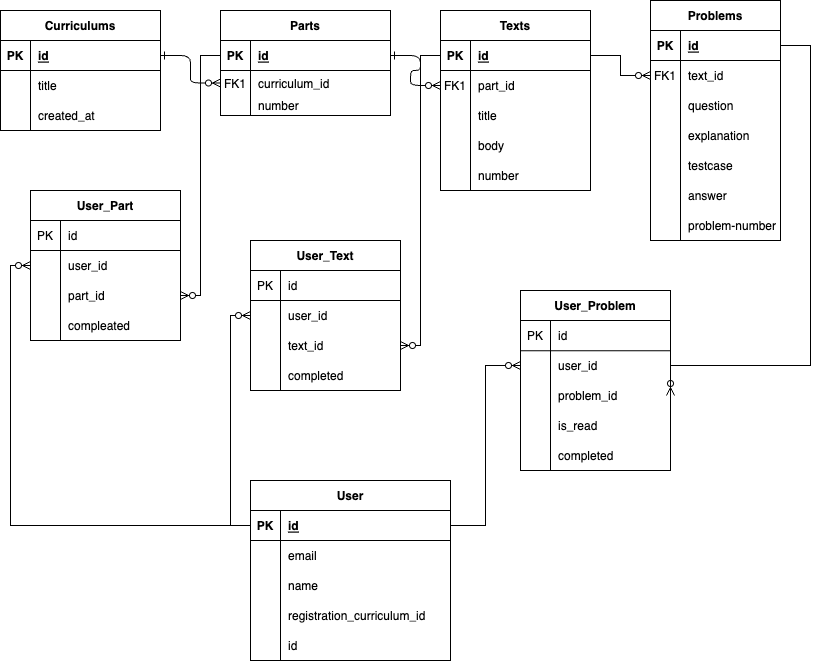
The draw.io diagram docs/db/image/cource-library.png in conea0/course-library, before a commit. Source tidied: cells renumbered, new cells last; positions are measured from the earlier drawing's top-left corner, leaving out a move shared by most shapes.
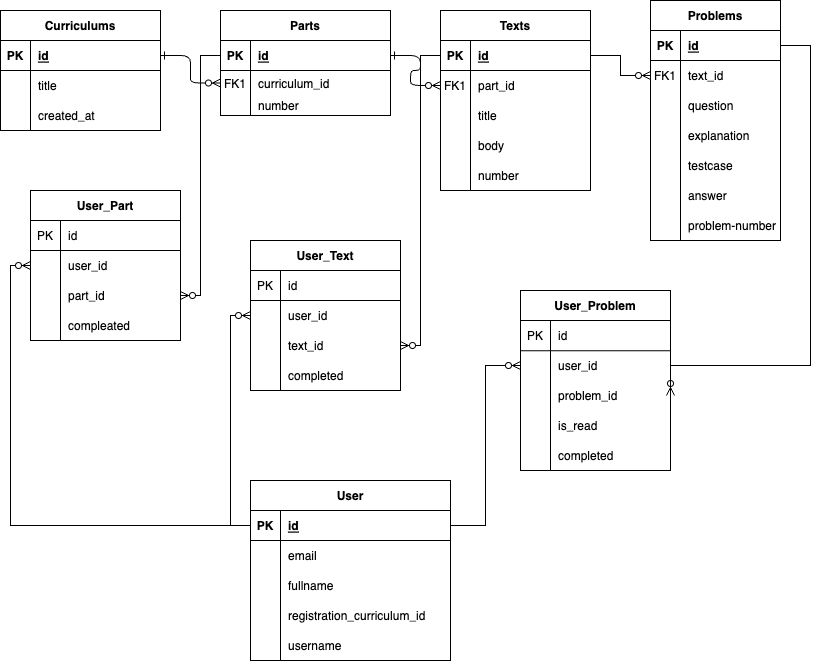
After the change.

Commit message:
[fix] userIDはusername、名前はfullnameに変更

Diff of the diagram source:
```diff
@@ -221,7 +221,7 @@
     <mxCell id="74" style="shape=partialRectangle;overflow=hidden;fillColor=none;top=0;left=0;bottom=0;right=0;" parent="73" vertex="1">
       <mxGeometry width="30" height="30" as="geometry" />
     </mxCell>
-    <mxCell id="75" value="name" style="shape=partialRectangle;overflow=hidden;fillColor=none;top=0;left=0;bottom=0;right=0;align=left;spacingLeft=6;" parent="73" vertex="1">
+    <mxCell id="75" value="fullname" style="shape=partialRectangle;overflow=hidden;fillColor=none;top=0;left=0;bottom=0;right=0;align=left;spacingLeft=6;" parent="73" vertex="1">
       <mxGeometry x="30" width="170" height="30" as="geometry" />
     </mxCell>
     <mxCell id="76" style="shape=partialRectangle;fillColor=none;top=0;left=0;right=0;bottom=0;" parent="66" vertex="1">
@@ -239,7 +239,7 @@
     <mxCell id="80" style="shape=partialRectangle;overflow=hidden;fillColor=none;top=0;left=0;bottom=0;right=0;" parent="79" vertex="1">
       <mxGeometry width="30" height="30" as="geometry" />
     </mxCell>
-    <mxCell id="81" value="id" style="shape=partialRectangle;overflow=hidden;fillColor=none;top=0;left=0;bottom=0;right=0;align=left;spacingLeft=6;" parent="79" vertex="1">
+    <mxCell id="81" value="username" style="shape=partialRectangle;overflow=hidden;fillColor=none;top=0;left=0;bottom=0;right=0;align=left;spacingLeft=6;" parent="79" vertex="1">
       <mxGeometry x="30" width="170" height="30" as="geometry" />
     </mxCell>
     <mxCell id="82" value="User_Part" style="shape=table;startSize=30;rowLines=0;fontStyle=1;align=center;" parent="1" vertex="1">
```
